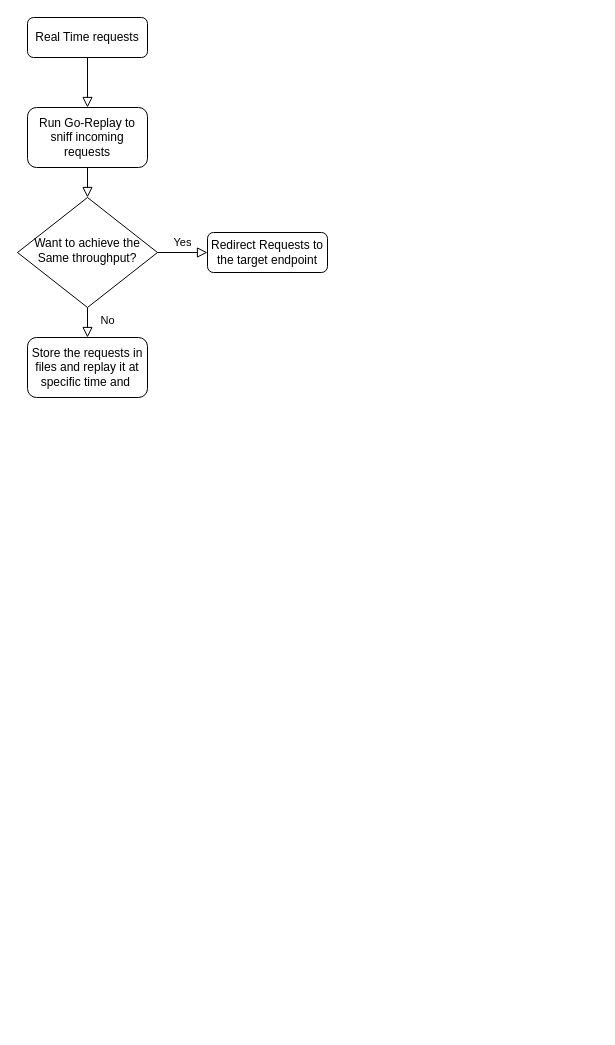
Earlier version of the draw.io diagram Untitled Diagram.drawio (M-Somtirth/M-Somtirth). Source tidied: cells renumbered, new cells numbered last; positions are measured from the earlier drawing's top-left corner, leaving out a move shared by most shapes. Both pictures are drawn from the tidied source at 100%, with x=0, y=0 at pixel (17, 17).
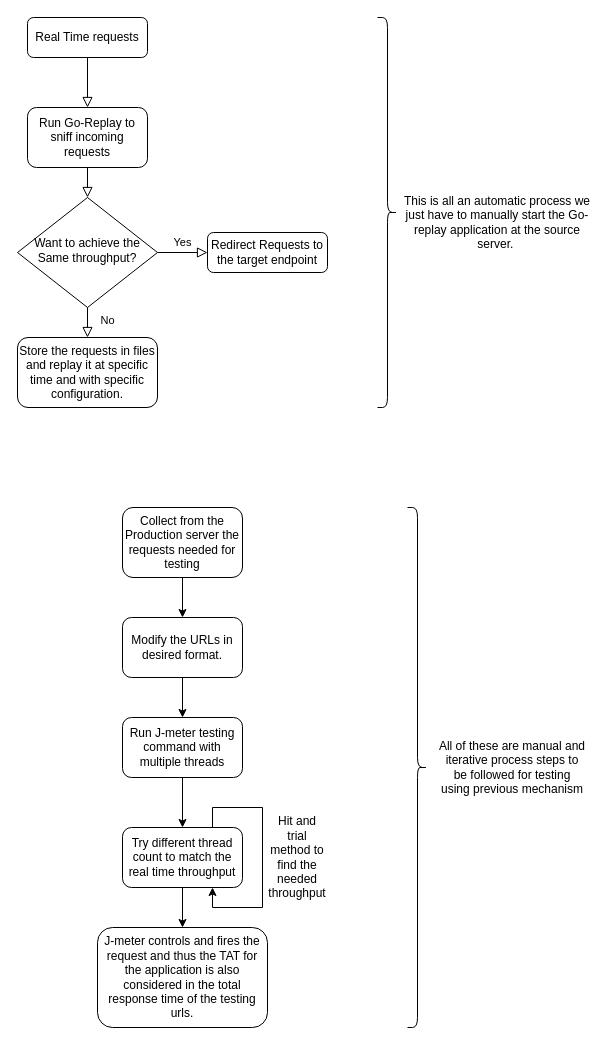
The same diagram, later.

The edit, as a diff of the source:
```diff
@@
-    <mxCell id="8" value="Store the requests in files and replay it at specific time and&amp;nbsp;" style="rounded=1;whiteSpace=wrap;html=1;fontSize=12;glass=0;strokeWidth=1;shadow=0;" parent="1" vertex="1">
-      <mxGeometry x="10" y="320" width="120" height="60" as="geometry" />
+    <mxCell id="8" value="Store the requests in files and replay it at specific time and with specific configuration." style="rounded=1;whiteSpace=wrap;html=1;fontSize=12;glass=0;strokeWidth=1;shadow=0;" parent="1" vertex="1">
+      <mxGeometry y="320" width="140" height="70" as="geometry" />
     </mxCell>
@@
+    <mxCell id="11" value="This is all an automatic process we just have to manually start the Go-replay application at the source server.&amp;nbsp;" style="text;html=1;align=center;verticalAlign=middle;whiteSpace=wrap;rounded=0;" parent="1" vertex="1">
+      <mxGeometry x="380" y="190" width="200" height="30" as="geometry" />
+    </mxCell>
+    <mxCell id="12" style="shape=curlyBracket;whiteSpace=wrap;html=1;rounded=1;flipH=1;labelPosition=right;verticalLabelPosition=middle;align=left;verticalAlign=middle;" parent="1" vertex="1">
+      <mxGeometry x="360" width="20" height="390" as="geometry" />
+    </mxCell>
+    <mxCell id="13" style="edgeStyle=orthogonalEdgeStyle;rounded=0;jettySize=auto;html=1;exitX=0.5;exitY=1;exitDx=0;exitDy=0;entryX=0.5;entryY=0;entryDx=0;entryDy=0;" parent="1" edge="1" source="14" target="16">
+      <mxGeometry relative="1" as="geometry" />
+    </mxCell>
+    <mxCell id="14" value="Collect from the Production server the requests needed for testing" style="rounded=1;whiteSpace=wrap;html=1;fontSize=12;glass=0;strokeWidth=1;shadow=0;" parent="1" vertex="1">
+      <mxGeometry x="105" y="490" width="120" height="70" as="geometry" />
+    </mxCell>
+    <mxCell id="15" style="edgeStyle=orthogonalEdgeStyle;rounded=0;jettySize=auto;html=1;exitX=0.5;exitY=1;exitDx=0;exitDy=0;entryX=0.5;entryY=0;entryDx=0;entryDy=0;" parent="1" edge="1" source="16" target="18">
+      <mxGeometry relative="1" as="geometry" />
+    </mxCell>
+    <mxCell id="16" value="Modify the URLs in desired format." style="rounded=1;whiteSpace=wrap;html=1;" parent="1" vertex="1">
+      <mxGeometry x="105" y="600" width="120" height="60" as="geometry" />
+    </mxCell>
+    <mxCell id="17" style="edgeStyle=orthogonalEdgeStyle;rounded=0;jettySize=auto;html=1;exitX=0.5;exitY=1;exitDx=0;exitDy=0;" parent="1" edge="1" source="18" target="20">
+      <mxGeometry relative="1" as="geometry" />
+    </mxCell>
+    <mxCell id="18" value="Run J-meter testing command with multiple threads" style="rounded=1;whiteSpace=wrap;html=1;" parent="1" vertex="1">
+      <mxGeometry x="105" y="700" width="120" height="60" as="geometry" />
+    </mxCell>
+    <mxCell id="19" style="edgeStyle=orthogonalEdgeStyle;rounded=0;jettySize=auto;html=1;exitX=0.5;exitY=1;exitDx=0;exitDy=0;" parent="1" edge="1" source="20" target="23">
+      <mxGeometry relative="1" as="geometry" />
+    </mxCell>
+    <mxCell id="20" value="Try different thread count to match the real time throughput" style="rounded=1;whiteSpace=wrap;html=1;" parent="1" vertex="1">
+      <mxGeometry x="105" y="810" width="120" height="60" as="geometry" />
+    </mxCell>
+    <mxCell id="21" style="edgeStyle=orthogonalEdgeStyle;rounded=0;orthogonalLoop=1;jettySize=auto;html=1;exitX=0.75;exitY=0;exitDx=0;exitDy=0;entryX=0.75;entryY=1;entryDx=0;entryDy=0;" parent="1" edge="1" source="20" target="20">
+      <mxGeometry relative="1" as="geometry" />
+    </mxCell>
+    <mxCell id="22" value="Hit and trial method to find the needed throughput" style="text;html=1;align=center;verticalAlign=middle;whiteSpace=wrap;rounded=0;" parent="1" vertex="1">
+      <mxGeometry x="250" y="825" width="60" height="30" as="geometry" />
+    </mxCell>
+    <mxCell id="23" value="J-meter controls and fires the request and thus the TAT for the application is also considered in the total response time of the testing urls." style="rounded=1;whiteSpace=wrap;html=1;" parent="1" vertex="1">
+      <mxGeometry x="80" y="910" width="170" height="100" as="geometry" />
+    </mxCell>
+    <mxCell id="24" style="shape=curlyBracket;whiteSpace=wrap;html=1;rounded=1;flipH=1;labelPosition=right;verticalLabelPosition=middle;align=left;verticalAlign=middle;size=0.5;" parent="1" vertex="1">
+      <mxGeometry x="390" y="490" width="20" height="520" as="geometry" />
+    </mxCell>
+    <mxCell id="25" value="All of these are manual and iterative process steps to be followed for testing using previous mechanism" style="text;html=1;align=center;verticalAlign=middle;whiteSpace=wrap;rounded=0;" parent="1" vertex="1">
+      <mxGeometry x="420" y="735" width="150" height="30" as="geometry" />
+    </mxCell>
```
